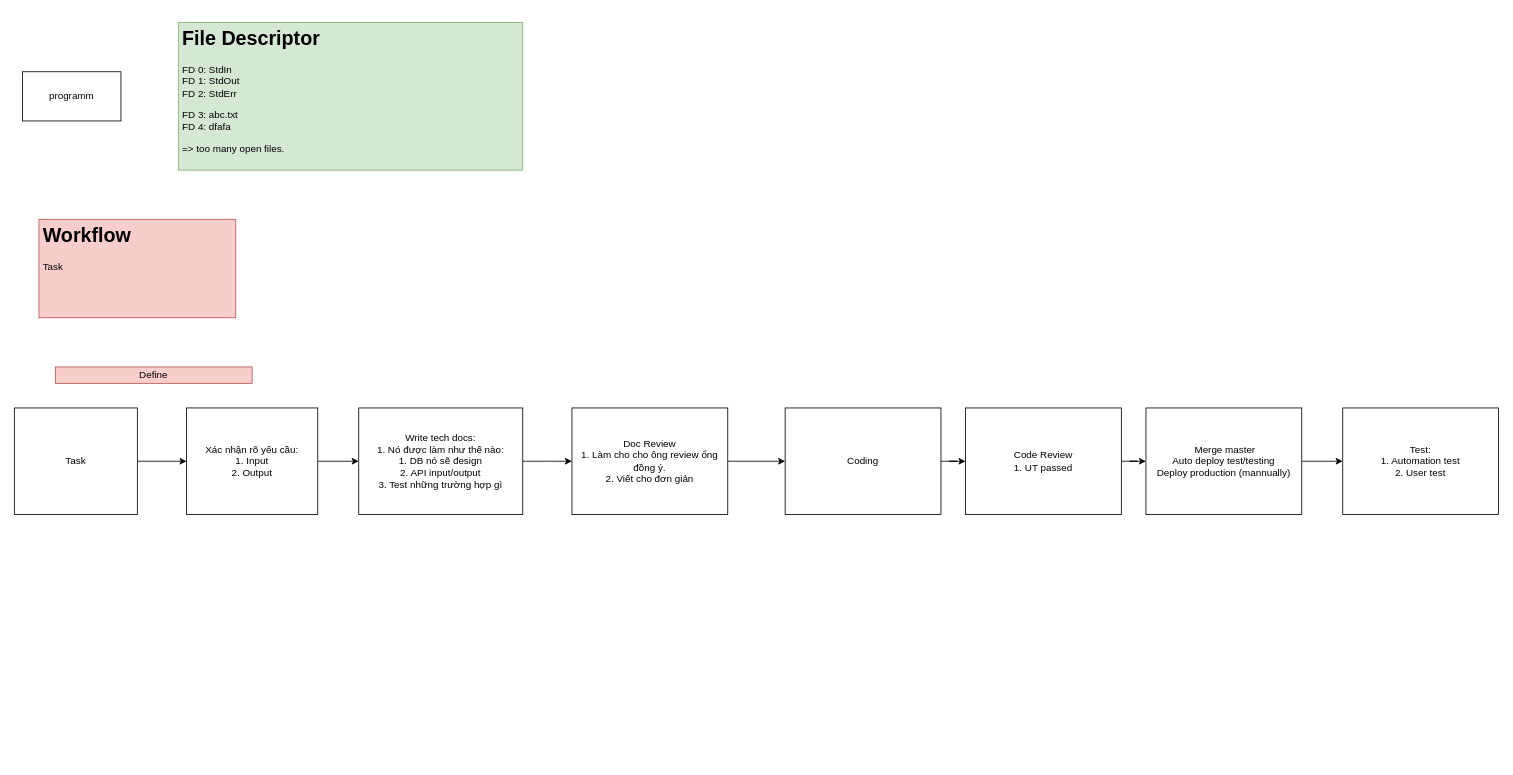
This is page "Overview" (1 of 4) of golang.drawio from tpphu/golang-training, a draw.io file, before an edit. Source tidied: cells renumbered, new cells numbered last; positions are measured from the earlier drawing's top-left corner, leaving out a move shared by most shapes. Both pictures are drawn from the tidied source at 82%, with x=0, y=0 at pixel (14, 22).
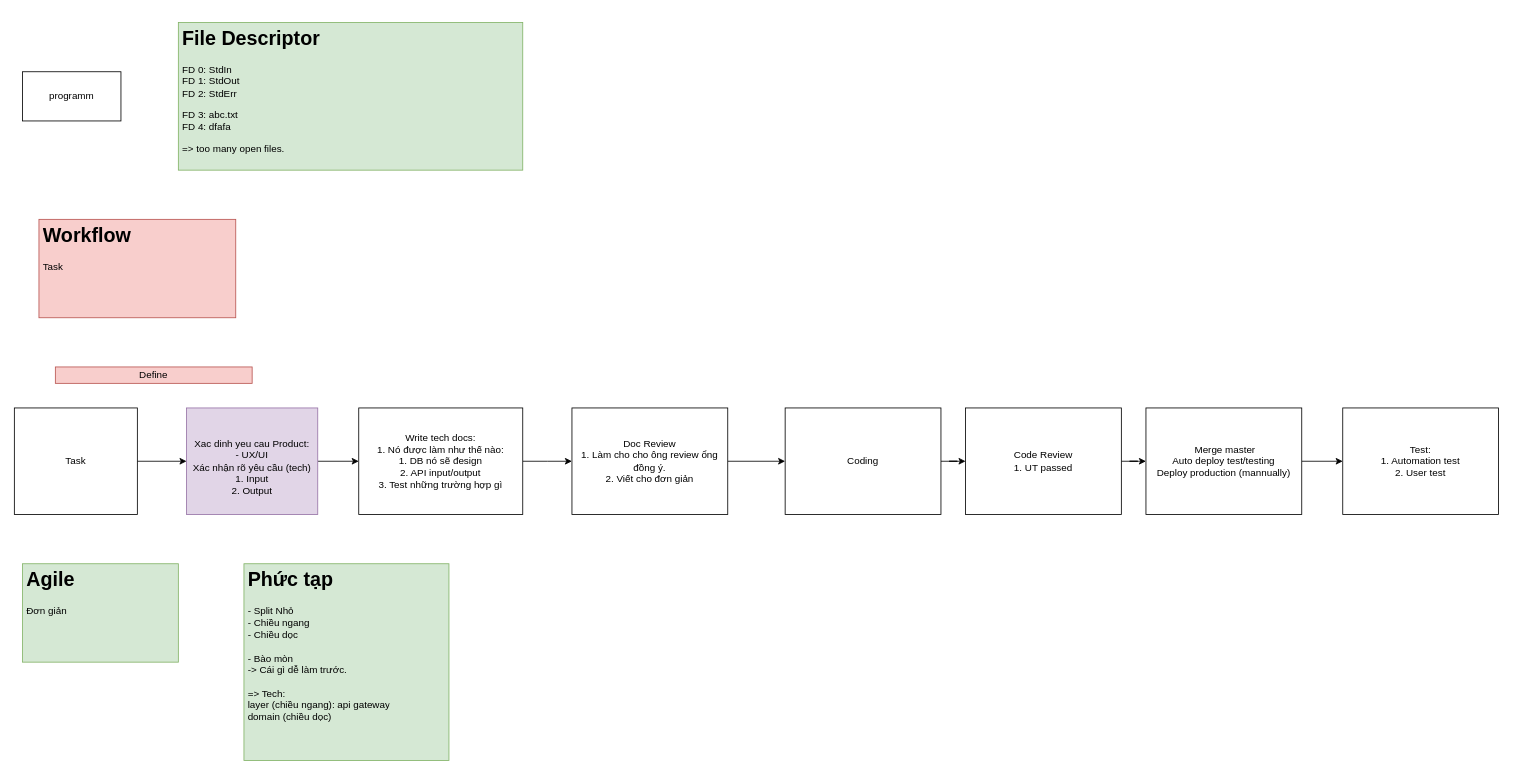
The same page after the edit.

What changed in the source:
```diff
@@
-    <mxCell id="8" value="Xác nhận rõ yêu cầu:&lt;br&gt;1. Input&lt;br&gt;2. Output&lt;br&gt;" style="rounded=0;whiteSpace=wrap;html=1;" parent="1" vertex="1">
+    <mxCell id="8" value="&lt;br&gt;Xac dinh yeu cau Product:&lt;br&gt;- UX/UI&lt;br&gt;Xác nhận rõ yêu cầu (tech)&lt;br&gt;1. Input&lt;br&gt;2. Output" style="rounded=0;whiteSpace=wrap;html=1;fillColor=#e1d5e7;strokeColor=#9673a6;" parent="1" vertex="1">
       <mxGeometry x="210" y="470" width="160" height="130" as="geometry" />
     </mxCell>
@@
+    <mxCell id="21" value="&lt;h1&gt;Agile&lt;/h1&gt;&lt;div&gt;Đơn giản&lt;/div&gt;" style="text;html=1;strokeColor=#82b366;fillColor=#d5e8d4;spacing=5;spacingTop=-20;whiteSpace=wrap;overflow=hidden;rounded=0;" parent="1" vertex="1">
+      <mxGeometry x="10" y="660" width="190" height="120" as="geometry" />
+    </mxCell>
+    <mxCell id="22" value="&lt;h1&gt;Phức tạp&lt;/h1&gt;&lt;div&gt;- Split Nhỏ&lt;br&gt;- Chiều ngang&lt;br&gt;- Chiều dọc&lt;/div&gt;&lt;div&gt;&lt;br&gt;&lt;/div&gt;&lt;div&gt;- Bào mòn&lt;/div&gt;&lt;div&gt;-&amp;gt; Cái gì dễ làm trước.&lt;/div&gt;&lt;div&gt;&lt;br&gt;&lt;/div&gt;&lt;div&gt;=&amp;gt; Tech:&lt;br&gt;layer (chiều ngang): api gateway&lt;br&gt;domain (chiều dọc)&lt;/div&gt;" style="text;html=1;strokeColor=#82b366;fillColor=#d5e8d4;spacing=5;spacingTop=-20;whiteSpace=wrap;overflow=hidden;rounded=0;" parent="1" vertex="1">
+      <mxGeometry x="280" y="660" width="250" height="240" as="geometry" />
+    </mxCell>
```
